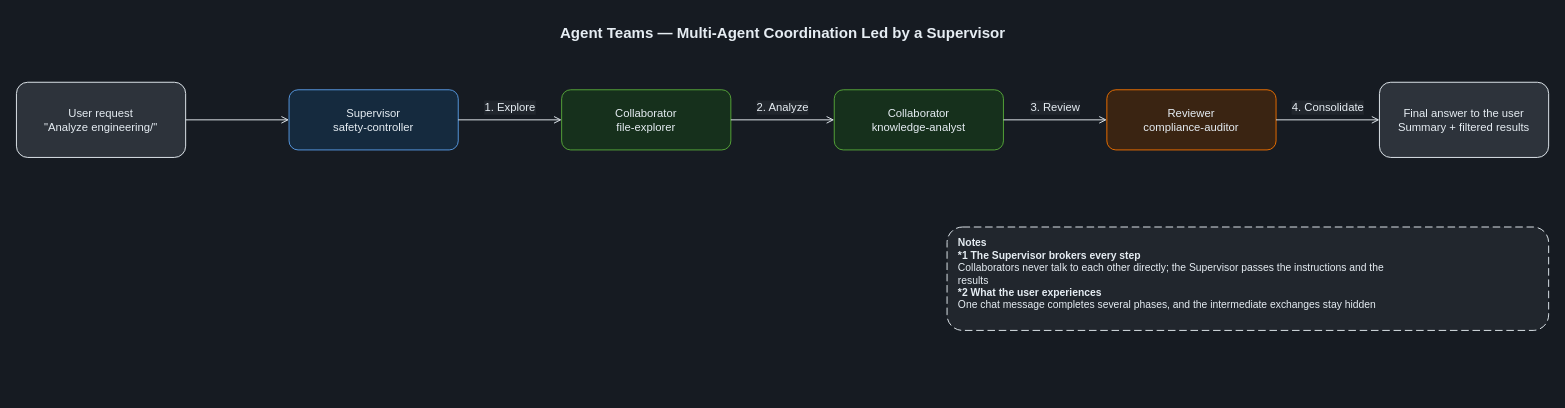
Above: docs/diagrams/dark/part3-agent-teams-en.drawio in Yoshiki0705/FSx-for-ONTAP-S3AccessPoints-Serverless-Patterns (draw.io), before the change. Source tidied: cells renumbered, new cells numbered last; positions are measured from the earlier drawing's top-left corner, leaving out a move shared by most shapes. Both pictures are drawn from the tidied source at 94%, with x=0, y=0 at pixel (16, 16).
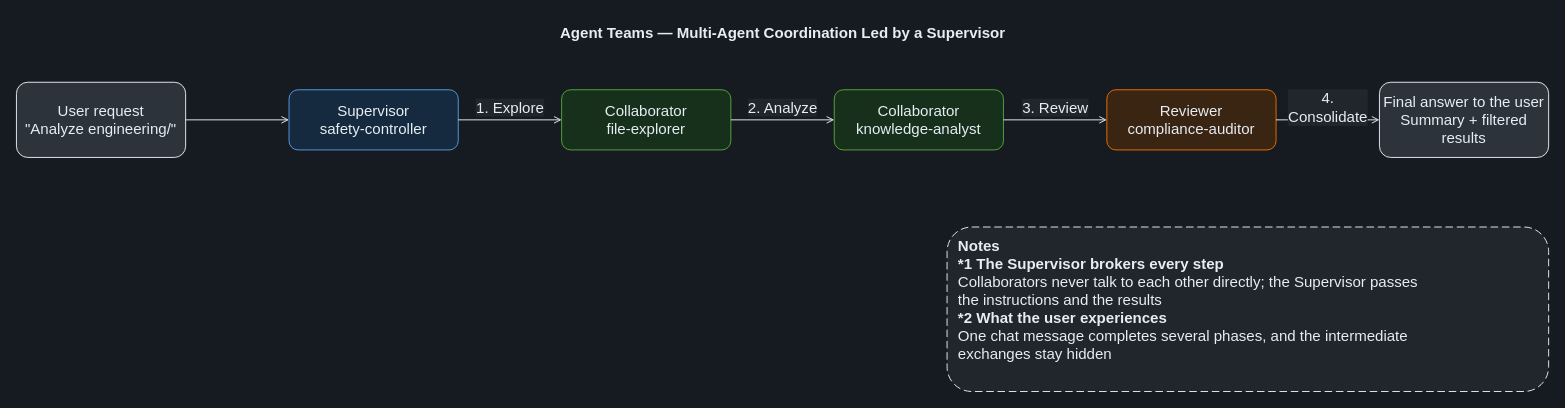
After the change.

Diff of the diagram source:
```diff
@@
 <mxGraphModel background="#161B22">
   <root>
     <mxCell id="0" />
     <mxCell id="1" parent="0" />
     <mxCell id="2" value="Agent Teams — Multi-Agent Coordination Led by a Supervisor" style="text;html=1;align=center;verticalAlign=middle;fontSize=16;fontStyle=1;fontColor=#E6EDF3;" parent="1" vertex="1">
       <mxGeometry width="1630" height="34" as="geometry" />
     </mxCell>
-    <mxCell id="3" value="User request&lt;br&gt;&amp;quot;Analyze engineering/&amp;quot;" style="rounded=1;whiteSpace=wrap;html=1;dashed=0;strokeColor=#E6EDF3;fillColor=#2D333B;align=center;verticalAlign=middle;fontSize=12;fontColor=#E6EDF3;" parent="1" vertex="1">
+    <mxCell id="3" value="User request&lt;br&gt;&amp;quot;Analyze engineering/&amp;quot;" style="rounded=1;whiteSpace=wrap;html=1;dashed=0;strokeColor=#E6EDF3;fillColor=#2D333B;align=center;verticalAlign=middle;fontSize=16;fontColor=#E6EDF3;" parent="1" vertex="1">
       <mxGeometry y="70" width="180" height="80" as="geometry" />
     </mxCell>
-    <mxCell id="4" value="Supervisor&lt;br&gt;safety-controller" style="rounded=1;whiteSpace=wrap;html=1;dashed=0;strokeColor=#589BE5;fillColor=#152A3E;align=center;verticalAlign=middle;fontSize=12;fontColor=#E6EDF3;" parent="1" vertex="1">
+    <mxCell id="4" value="Supervisor&lt;br&gt;safety-controller" style="rounded=1;whiteSpace=wrap;html=1;dashed=0;strokeColor=#589BE5;fillColor=#152A3E;align=center;verticalAlign=middle;fontSize=16;fontColor=#E6EDF3;" parent="1" vertex="1">
       <mxGeometry x="290" y="78" width="180" height="64" as="geometry" />
     </mxCell>
-    <mxCell id="5" value="Collaborator&lt;br&gt;file-explorer" style="rounded=1;whiteSpace=wrap;html=1;dashed=0;strokeColor=#57A83A;fillColor=#16301C;align=center;verticalAlign=middle;fontSize=12;fontColor=#E6EDF3;" parent="1" vertex="1">
+    <mxCell id="5" value="Collaborator&lt;br&gt;file-explorer" style="rounded=1;whiteSpace=wrap;html=1;dashed=0;strokeColor=#57A83A;fillColor=#16301C;align=center;verticalAlign=middle;fontSize=16;fontColor=#E6EDF3;" parent="1" vertex="1">
       <mxGeometry x="580" y="78" width="180" height="64" as="geometry" />
     </mxCell>
-    <mxCell id="6" value="Collaborator&lt;br&gt;knowledge-analyst" style="rounded=1;whiteSpace=wrap;html=1;dashed=0;strokeColor=#57A83A;fillColor=#16301C;align=center;verticalAlign=middle;fontSize=12;fontColor=#E6EDF3;" parent="1" vertex="1">
+    <mxCell id="6" value="Collaborator&lt;br&gt;knowledge-analyst" style="rounded=1;whiteSpace=wrap;html=1;dashed=0;strokeColor=#57A83A;fillColor=#16301C;align=center;verticalAlign=middle;fontSize=16;fontColor=#E6EDF3;" parent="1" vertex="1">
       <mxGeometry x="870" y="78" width="180" height="64" as="geometry" />
     </mxCell>
-    <mxCell id="7" value="Reviewer&lt;br&gt;compliance-auditor" style="rounded=1;whiteSpace=wrap;html=1;dashed=0;strokeColor=#ED7100;fillColor=#3A2412;align=center;verticalAlign=middle;fontSize=12;fontColor=#E6EDF3;" parent="1" vertex="1">
+    <mxCell id="7" value="Reviewer&lt;br&gt;compliance-auditor" style="rounded=1;whiteSpace=wrap;html=1;dashed=0;strokeColor=#ED7100;fillColor=#3A2412;align=center;verticalAlign=middle;fontSize=16;fontColor=#E6EDF3;" parent="1" vertex="1">
       <mxGeometry x="1160" y="78" width="180" height="64" as="geometry" />
     </mxCell>
-    <mxCell id="8" value="Final answer to the user&lt;br&gt;Summary + filtered results" style="rounded=1;whiteSpace=wrap;html=1;dashed=0;strokeColor=#E6EDF3;fillColor=#2D333B;align=center;verticalAlign=middle;fontSize=12;fontColor=#E6EDF3;" parent="1" vertex="1">
+    <mxCell id="8" value="Final answer to the user&lt;br&gt;Summary + filtered results" style="rounded=1;whiteSpace=wrap;html=1;dashed=0;strokeColor=#E6EDF3;fillColor=#2D333B;align=center;verticalAlign=middle;fontSize=16;fontColor=#E6EDF3;" parent="1" vertex="1">
       <mxGeometry x="1450" y="70" width="180" height="80" as="geometry" />
     </mxCell>
-    <mxCell id="9" style="edgeStyle=orthogonalEdgeStyle;rounded=0;jettySize=auto;html=1;endArrow=open;endFill=0;strokeColor=#E6EDF3;strokeWidth=1;fontSize=12;fontColor=#E6EDF3;labelBackgroundColor=#21262D;" parent="1" edge="1" source="3" target="4">
+    <mxCell id="9" style="edgeStyle=orthogonalEdgeStyle;rounded=0;jettySize=auto;html=1;endArrow=open;endFill=0;strokeColor=#E6EDF3;strokeWidth=1;fontSize=16;fontColor=#E6EDF3;labelBackgroundColor=#21262D;" parent="1" edge="1" source="3" target="4">
       <mxGeometry relative="1" as="geometry" />
     </mxCell>
-    <mxCell id="10" value="1. Explore" style="edgeStyle=orthogonalEdgeStyle;rounded=0;jettySize=auto;html=1;endArrow=open;endFill=0;strokeColor=#E6EDF3;strokeWidth=1;fontSize=12;fontColor=#E6EDF3;labelBackgroundColor=#21262D;" parent="1" edge="1" source="4" target="5">
+    <mxCell id="10" value="1. Explore" style="edgeStyle=orthogonalEdgeStyle;rounded=0;jettySize=auto;html=1;endArrow=open;endFill=0;strokeColor=#E6EDF3;strokeWidth=1;fontSize=16;fontColor=#E6EDF3;labelBackgroundColor=#21262D;" parent="1" edge="1" source="4" target="5">
       <mxGeometry relative="1" as="geometry">
         <mxPoint y="-13" as="offset" />
       </mxGeometry>
     </mxCell>
-    <mxCell id="11" value="2. Analyze" style="edgeStyle=orthogonalEdgeStyle;rounded=0;jettySize=auto;html=1;endArrow=open;endFill=0;strokeColor=#E6EDF3;strokeWidth=1;fontSize=12;fontColor=#E6EDF3;labelBackgroundColor=#21262D;" parent="1" edge="1" source="5" target="6">
+    <mxCell id="11" value="2. Analyze" style="edgeStyle=orthogonalEdgeStyle;rounded=0;jettySize=auto;html=1;endArrow=open;endFill=0;strokeColor=#E6EDF3;strokeWidth=1;fontSize=16;fontColor=#E6EDF3;labelBackgroundColor=#21262D;" parent="1" edge="1" source="5" target="6">
       <mxGeometry relative="1" as="geometry">
         <mxPoint y="-13" as="offset" />
       </mxGeometry>
     </mxCell>
-    <mxCell id="12" value="3. Review" style="edgeStyle=orthogonalEdgeStyle;rounded=0;jettySize=auto;html=1;endArrow=open;endFill=0;strokeColor=#E6EDF3;strokeWidth=1;fontSize=12;fontColor=#E6EDF3;labelBackgroundColor=#21262D;" parent="1" edge="1" source="6" target="7">
+    <mxCell id="12" value="3. Review" style="edgeStyle=orthogonalEdgeStyle;rounded=0;jettySize=auto;html=1;endArrow=open;endFill=0;strokeColor=#E6EDF3;strokeWidth=1;fontSize=16;fontColor=#E6EDF3;labelBackgroundColor=#21262D;" parent="1" edge="1" source="6" target="7">
       <mxGeometry relative="1" as="geometry">
         <mxPoint y="-13" as="offset" />
       </mxGeometry>
     </mxCell>
-    <mxCell id="13" value="4. Consolidate" style="edgeStyle=orthogonalEdgeStyle;rounded=0;jettySize=auto;html=1;endArrow=open;endFill=0;strokeColor=#E6EDF3;strokeWidth=1;fontSize=12;fontColor=#E6EDF3;labelBackgroundColor=#21262D;" parent="1" edge="1" source="7" target="8">
+    <mxCell id="13" value="4.&lt;br&gt;Consolidate" style="edgeStyle=orthogonalEdgeStyle;rounded=0;jettySize=auto;html=1;endArrow=open;endFill=0;strokeColor=#E6EDF3;strokeWidth=1;fontSize=16;fontColor=#E6EDF3;labelBackgroundColor=#21262D;" parent="1" edge="1" source="7" target="8">
       <mxGeometry relative="1" as="geometry">
         <mxPoint y="-13" as="offset" />
       </mxGeometry>
     </mxCell>
-    <mxCell id="14" value="&lt;b&gt;Notes&lt;/b&gt;&lt;br&gt;&lt;b&gt;*1 The Supervisor brokers every step&lt;/b&gt;&lt;br&gt;Collaborators never talk to each other directly; the Supervisor passes the instructions and the&lt;br&gt;results&lt;br&gt;&lt;b&gt;*2 What the user experiences&lt;/b&gt;&lt;br&gt;One chat message completes several phases, and the intermediate exchanges stay hidden" style="rounded=1;whiteSpace=wrap;html=1;dashed=1;dashPattern=8 4;strokeColor=#E6EDF3;fillColor=#21262D;align=left;verticalAlign=top;spacingLeft=10;spacingTop=4;fontSize=11;fontColor=#E6EDF3;" parent="1" vertex="1">
-      <mxGeometry x="990" y="224" width="640" height="110" as="geometry" />
+    <mxCell id="14" value="&lt;b&gt;Notes&lt;/b&gt;&lt;br&gt;&lt;b&gt;*1 The Supervisor brokers every step&lt;/b&gt;&lt;br&gt;Collaborators never talk to each other directly; the Supervisor passes&lt;br&gt;the instructions and the results&lt;br&gt;&lt;b&gt;*2 What the user experiences&lt;/b&gt;&lt;br&gt;One chat message completes several phases, and the intermediate&lt;br&gt;exchanges stay hidden" style="rounded=1;whiteSpace=wrap;html=1;dashed=1;dashPattern=8 4;strokeColor=#E6EDF3;fillColor=#21262D;align=left;verticalAlign=top;spacingLeft=10;spacingTop=4;fontSize=16;fontColor=#E6EDF3;" parent="1" vertex="1">
+      <mxGeometry x="990" y="224" width="640" height="175" as="geometry" />
     </mxCell>
   </root>
 </mxGraphModel>
```
